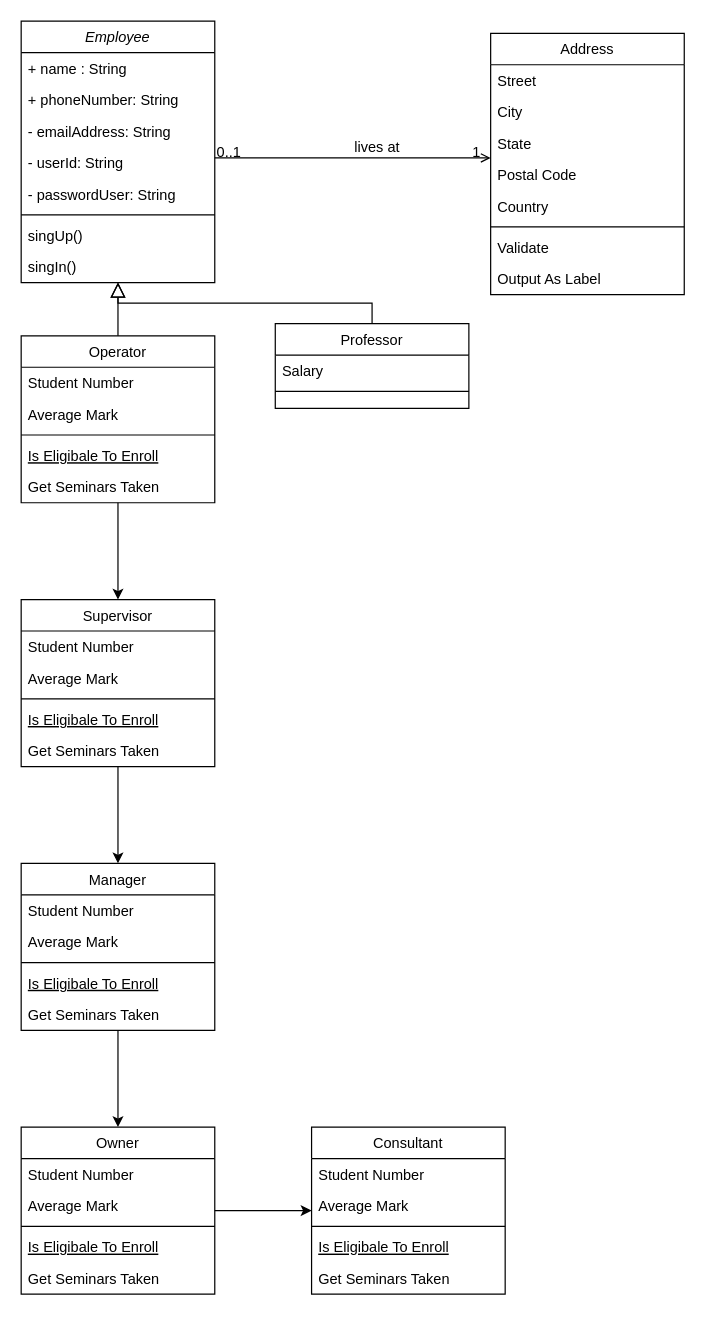
Earlier version of the draw.io diagram page "Page-1" (1 of 2) of Classes_app.drawio (vivianebuge/objectOrientedJava). Source tidied: cells renumbered, new cells numbered last; positions are measured from the earlier drawing's top-left corner, leaving out a move shared by most shapes. Both pictures are drawn from the tidied source at 121%, with x=0, y=0 at pixel (21, 21).
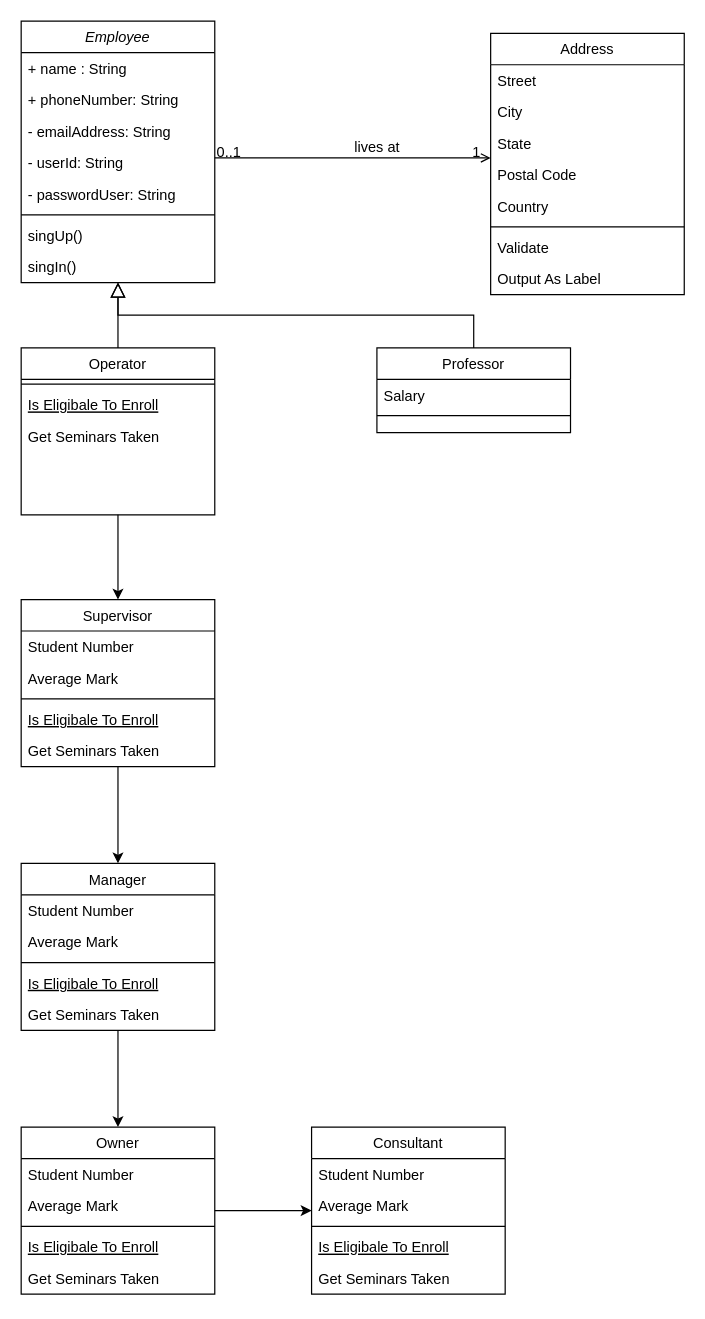
The same diagram, later.

Commit message:
Update in class diagram

Diff of the diagram source:
```diff
@@
     <mxCell id="12" value="Operator" style="swimlane;fontStyle=0;align=center;verticalAlign=top;horizontal=1;startSize=26;rounded=0;shadow=0;strokeWidth=1;" parent="1" vertex="1">
-      <mxGeometry y="260" width="160" height="138" as="geometry" />
+      <mxGeometry y="270" width="160" height="138" as="geometry" />
     </mxCell>
-    <mxCell id="13" value="Student Number" style="text;align=left;verticalAlign=top;spacingLeft=4;spacingRight=4;overflow=hidden;" parent="12" vertex="1">
-      <mxGeometry y="26" width="160" height="26" as="geometry" />
-    </mxCell>
-    <mxCell id="14" value="Average Mark" style="text;align=left;verticalAlign=top;spacingLeft=4;spacingRight=4;overflow=hidden;rounded=0;shadow=0;html=0;" parent="12" vertex="1">
-      <mxGeometry y="52" width="160" height="26" as="geometry" />
-    </mxCell>
     <mxCell id="15" style="line;html=1;strokeWidth=1;align=left;verticalAlign=middle;spacingTop=-1;spacingLeft=3;spacingRight=3;labelPosition=right;" parent="12" vertex="1">
-      <mxGeometry y="78" width="160" height="8" as="geometry" />
+      <mxGeometry y="26" width="160" height="8" as="geometry" />
     </mxCell>
     <mxCell id="16" value="Is Eligibale To Enroll" style="text;align=left;verticalAlign=top;spacingLeft=4;spacingRight=4;overflow=hidden;fontStyle=4;" parent="12" vertex="1">
-      <mxGeometry y="86" width="160" height="26" as="geometry" />
+      <mxGeometry y="34" width="160" height="26" as="geometry" />
     </mxCell>
     <mxCell id="17" value="Get Seminars Taken" style="text;align=left;verticalAlign=top;spacingLeft=4;spacingRight=4;overflow=hidden;" parent="12" vertex="1">
-      <mxGeometry y="112" width="160" height="26" as="geometry" />
+      <mxGeometry y="60" width="160" height="26" as="geometry" />
     </mxCell>
@@
     <mxCell id="19" value="Professor" style="swimlane;fontStyle=0;align=center;verticalAlign=top;horizontal=1;startSize=26;rounded=0;shadow=0;strokeWidth=1;" parent="1" vertex="1">
-      <mxGeometry x="210" y="250" width="160" height="70" as="geometry" />
+      <mxGeometry x="294" y="270" width="160" height="70" as="geometry" />
     </mxCell>
```
